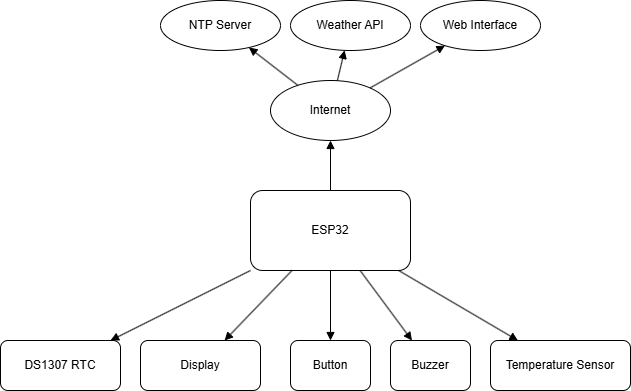
Earlier version of the draw.io export docs/block_diagram.drawio.png (lgdlong/digital-clock-iot-g1). Source tidied: cells renumbered, new cells last; positions are measured from the earlier drawing's top-left corner, leaving out a move shared by most shapes.
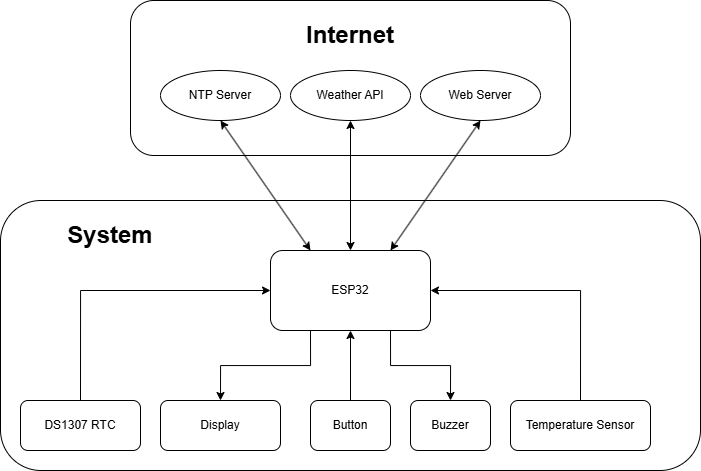
After the commit.

Commit message:
feat: update block diagram with new components and connections

Diff of the diagram source:
```diff
@@ -2,62 +2,68 @@
   <root>
     <mxCell id="0" />
     <mxCell id="1" parent="0" />
+    <mxCell id="21" style="rounded=1;whiteSpace=wrap;html=1;" parent="1" vertex="1">
+      <mxGeometry x="110" y="-60" width="440" height="155" as="geometry" />
+    </mxCell>
+    <mxCell id="22" style="rounded=1;whiteSpace=wrap;html=1;fillColor=#FFFFFF;" parent="1" vertex="1">
+      <mxGeometry x="-20" y="140" width="700" height="270" as="geometry" />
+    </mxCell>
+    <mxCell id="16" style="edgeStyle=orthogonalEdgeStyle;rounded=0;jettySize=auto;html=1;exitX=0.75;exitY=1;exitDx=0;exitDy=0;entryX=0.5;entryY=0;entryDx=0;entryDy=0;" parent="1" edge="1" source="2" target="7">
+      <mxGeometry relative="1" as="geometry" />
+    </mxCell>
+    <mxCell id="14" style="edgeStyle=orthogonalEdgeStyle;rounded=0;jettySize=auto;html=1;exitX=0.25;exitY=1;exitDx=0;exitDy=0;entryX=0.5;entryY=0;entryDx=0;entryDy=0;" parent="1" edge="1" source="2" target="5">
+      <mxGeometry relative="1" as="geometry" />
+    </mxCell>
     <mxCell id="2" value="ESP32" style="rounded=1;whiteSpace=wrap;html=1;" parent="1" vertex="1">
       <mxGeometry x="250" y="190" width="160" height="80" as="geometry" />
     </mxCell>
+    <mxCell id="23" style="edgeStyle=orthogonalEdgeStyle;rounded=0;jettySize=auto;html=1;exitX=0.5;exitY=0;exitDx=0;exitDy=0;entryX=0;entryY=0.5;entryDx=0;entryDy=0;" parent="1" edge="1" source="3" target="2">
+      <mxGeometry relative="1" as="geometry" />
+    </mxCell>
     <mxCell id="3" value="DS1307 RTC" style="rounded=1;whiteSpace=wrap;html=1;" parent="1" vertex="1">
       <mxGeometry y="340" width="120" height="50" as="geometry" />
     </mxCell>
+    <mxCell id="24" style="edgeStyle=orthogonalEdgeStyle;rounded=0;jettySize=auto;html=1;exitX=0.5;exitY=0;exitDx=0;exitDy=0;entryX=1;entryY=0.5;entryDx=0;entryDy=0;" parent="1" edge="1" source="4" target="2">
+      <mxGeometry relative="1" as="geometry" />
+    </mxCell>
     <mxCell id="4" value="Temperature Sensor" style="rounded=1;whiteSpace=wrap;html=1;" parent="1" vertex="1">
       <mxGeometry x="490" y="340" width="140" height="50" as="geometry" />
     </mxCell>
     <mxCell id="5" value="Display" style="rounded=1;whiteSpace=wrap;html=1;" parent="1" vertex="1">
       <mxGeometry x="140" y="340" width="120" height="50" as="geometry" />
     </mxCell>
+    <mxCell id="25" style="edgeStyle=orthogonalEdgeStyle;rounded=0;jettySize=auto;html=1;exitX=0.5;exitY=0;exitDx=0;exitDy=0;entryX=0.5;entryY=1;entryDx=0;entryDy=0;" parent="1" edge="1" source="6" target="2">
+      <mxGeometry relative="1" as="geometry" />
+    </mxCell>
     <mxCell id="6" value="Button" style="rounded=1;whiteSpace=wrap;html=1;" parent="1" vertex="1">
       <mxGeometry x="290" y="340" width="80" height="50" as="geometry" />
     </mxCell>
     <mxCell id="7" value="Buzzer" style="rounded=1;whiteSpace=wrap;html=1;" parent="1" vertex="1">
       <mxGeometry x="390" y="340" width="80" height="50" as="geometry" />
     </mxCell>
-    <mxCell id="8" value="Internet" style="ellipse;whiteSpace=wrap;html=1;" parent="1" vertex="1">
-      <mxGeometry x="270" y="80" width="120" height="60" as="geometry" />
-    </mxCell>
     <mxCell id="9" value="NTP Server" style="ellipse;whiteSpace=wrap;html=1;" parent="1" vertex="1">
-      <mxGeometry x="160" width="120" height="50" as="geometry" />
+      <mxGeometry x="140" y="10" width="120" height="50" as="geometry" />
     </mxCell>
     <mxCell id="10" value="Weather API" style="ellipse;whiteSpace=wrap;html=1;" parent="1" vertex="1">
-      <mxGeometry x="290" width="120" height="50" as="geometry" />
+      <mxGeometry x="270" y="10" width="120" height="50" as="geometry" />
     </mxCell>
-    <mxCell id="11" value="Web Interface" style="ellipse;whiteSpace=wrap;html=1;" parent="1" vertex="1">
-      <mxGeometry x="420" width="120" height="50" as="geometry" />
+    <mxCell id="11" value="Web Server" style="ellipse;whiteSpace=wrap;html=1;" parent="1" vertex="1">
+      <mxGeometry x="400" y="10" width="120" height="50" as="geometry" />
     </mxCell>
-    <mxCell id="12" style="endArrow=block;" parent="1" edge="1" source="2" target="3">
-      <mxGeometry relative="1" as="geometry" />
-    </mxCell>
-    <mxCell id="13" style="endArrow=block;" parent="1" edge="1" source="2" target="4">
-      <mxGeometry relative="1" as="geometry" />
-    </mxCell>
-    <mxCell id="14" style="endArrow=block;" parent="1" edge="1" source="2" target="5">
-      <mxGeometry relative="1" as="geometry" />
-    </mxCell>
-    <mxCell id="15" style="endArrow=block;" parent="1" edge="1" source="2" target="6">
-      <mxGeometry relative="1" as="geometry" />
-    </mxCell>
-    <mxCell id="16" style="endArrow=block;" parent="1" edge="1" source="2" target="7">
-      <mxGeometry relative="1" as="geometry" />
-    </mxCell>
-    <mxCell id="17" style="endArrow=block;" parent="1" edge="1" source="2" target="8">
-      <mxGeometry relative="1" as="geometry" />
-    </mxCell>
-    <mxCell id="18" style="endArrow=block;" parent="1" edge="1" source="8" target="9">
-      <mxGeometry relative="1" as="geometry" />
-    </mxCell>
-    <mxCell id="19" style="endArrow=block;" parent="1" edge="1" source="8" target="10">
-      <mxGeometry relative="1" as="geometry" />
-    </mxCell>
-    <mxCell id="20" style="endArrow=block;" parent="1" edge="1" source="8" target="11">
-      <mxGeometry relative="1" as="geometry" />
-    </mxCell>
+    <mxCell id="26" style="endArrow=classic;startArrow=classic;html=1;rounded=0;entryX=0.5;entryY=1;entryDx=0;entryDy=0;exitX=0.25;exitY=0;exitDx=0;exitDy=0;" parent="1" edge="1" source="2" target="9">
+      <mxGeometry relative="1" as="geometry" />
+    </mxCell>
+    <mxCell id="27" style="endArrow=classic;startArrow=classic;html=1;rounded=0;entryX=0.5;entryY=1;entryDx=0;entryDy=0;exitX=0.5;exitY=0;exitDx=0;exitDy=0;" parent="1" edge="1" source="2" target="10">
+      <mxGeometry relative="1" as="geometry" />
+    </mxCell>
+    <mxCell id="28" style="endArrow=classic;startArrow=classic;html=1;rounded=0;entryX=0.5;entryY=1;entryDx=0;entryDy=0;exitX=0.75;exitY=0;exitDx=0;exitDy=0;" parent="1" edge="1" source="2" target="11">
+      <mxGeometry relative="1" as="geometry" />
+    </mxCell>
+    <mxCell id="8" value="&lt;font style=&quot;font-size: 24px;&quot;&gt;Internet&lt;/font&gt;" style="text;html=1;align=center;verticalAlign=middle;whiteSpace=wrap;rounded=0;fontStyle=1;" parent="1" vertex="1">
+      <mxGeometry x="300" y="-40" width="60" height="30" as="geometry" />
+    </mxCell>
+    <mxCell id="29" value="&lt;font style=&quot;font-size: 24px;&quot;&gt;System&lt;/font&gt;" style="text;html=1;align=center;verticalAlign=middle;whiteSpace=wrap;rounded=0;fontStyle=1;" parent="1" vertex="1">
+      <mxGeometry x="60" y="160" width="60" height="30" as="geometry" />
+    </mxCell>
   </root>
 </mxGraphModel>
```
